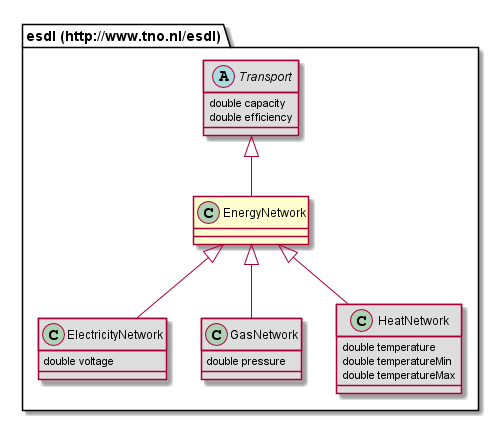
Earlier version of the PlantUML export 687474703a2f2f7777772e746e6f2e6e6c2f6573646c/EnergyNetwork.png (EnergyTransition/energytransition.github.io).
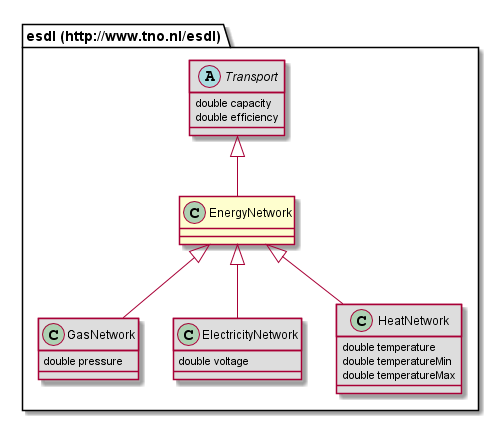
Above is the later version.

What changed in the source:
```diff
@@ -1,8 +1,5 @@
 @startuml
 class "esdl (http://www.tno.nl/esdl).EnergyNetwork" [[#router/doc-content/687474703a2f2f7777772e746e6f2e6e6c2f6573646c/EnergyNetwork.html{Defines an energy network. }]] {
-}
-class "esdl (http://www.tno.nl/esdl).ElectricityNetwork" [[#router/doc-content/687474703a2f2f7777772e746e6f2e6e6c2f6573646c/ElectricityNetwork.html{Describes an complete Electricty network, without detailing the complete topology. }]] #DDDDDD {
-	double voltage
 }
 abstract class "esdl (http://www.tno.nl/esdl).Transport" [[#router/doc-content/687474703a2f2f7777772e746e6f2e6e6c2f6573646c/Transport.html{An abstract class that describes EnergyAssets that can transport energy. }]] #DDDDDD {
 	double capacity
@@ -11,13 +8,16 @@
 class "esdl (http://www.tno.nl/esdl).GasNetwork" [[#router/doc-content/687474703a2f2f7777772e746e6f2e6e6c2f6573646c/GasNetwork.html{Describes an complete gas network, without detailing the complete topology. }]] #DDDDDD {
 	double pressure
 }
+class "esdl (http://www.tno.nl/esdl).ElectricityNetwork" [[#router/doc-content/687474703a2f2f7777772e746e6f2e6e6c2f6573646c/ElectricityNetwork.html{Describes an complete Electricty network, without detailing the complete topology. }]] #DDDDDD {
+	double voltage
+}
 class "esdl (http://www.tno.nl/esdl).HeatNetwork" [[#router/doc-content/687474703a2f2f7777772e746e6f2e6e6c2f6573646c/HeatNetwork.html{Describes an complete heat network, without detailing the complete topology. }]] #DDDDDD {
 	double temperature
 	double temperatureMin
 	double temperatureMax
 }
+"esdl (http://www.tno.nl/esdl).EnergyNetwork" <|-- "esdl (http://www.tno.nl/esdl).GasNetwork"
 "esdl (http://www.tno.nl/esdl).EnergyNetwork" <|-- "esdl (http://www.tno.nl/esdl).ElectricityNetwork"
+"esdl (http://www.tno.nl/esdl).EnergyNetwork" <|-- "esdl (http://www.tno.nl/esdl).HeatNetwork"
 "esdl (http://www.tno.nl/esdl).Transport" <|-- "esdl (http://www.tno.nl/esdl).EnergyNetwork"
-"esdl (http://www.tno.nl/esdl).EnergyNetwork" <|-- "esdl (http://www.tno.nl/esdl).GasNetwork"
-"esdl (http://www.tno.nl/esdl).EnergyNetwork" <|-- "esdl (http://www.tno.nl/esdl).HeatNetwork"
 @enduml
```
